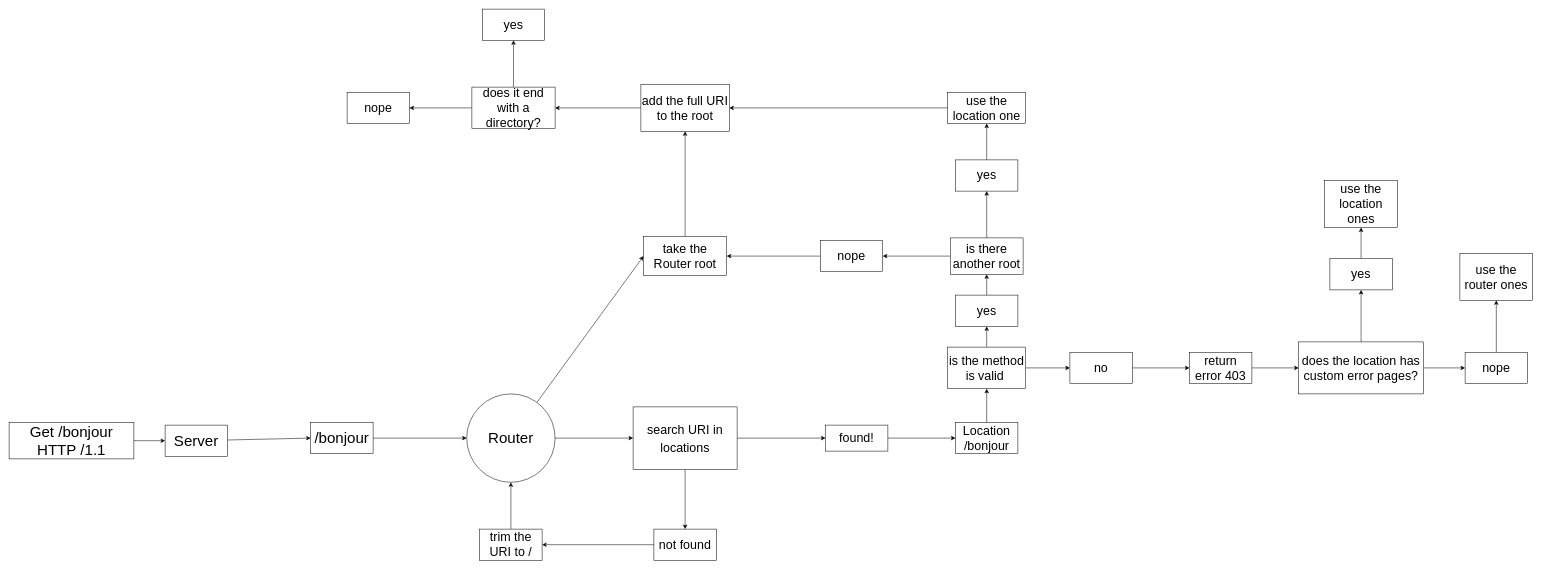
Before: schematic/Router.drawio in ztrottie/Webserv, a draw.io diagram. Source tidied: cells renumbered, new cells numbered last; positions are measured from the earlier drawing's top-left corner, leaving out a move shared by most shapes. Both pictures are drawn from the tidied source at 52%, with x=0, y=0 at pixel (9, 9).
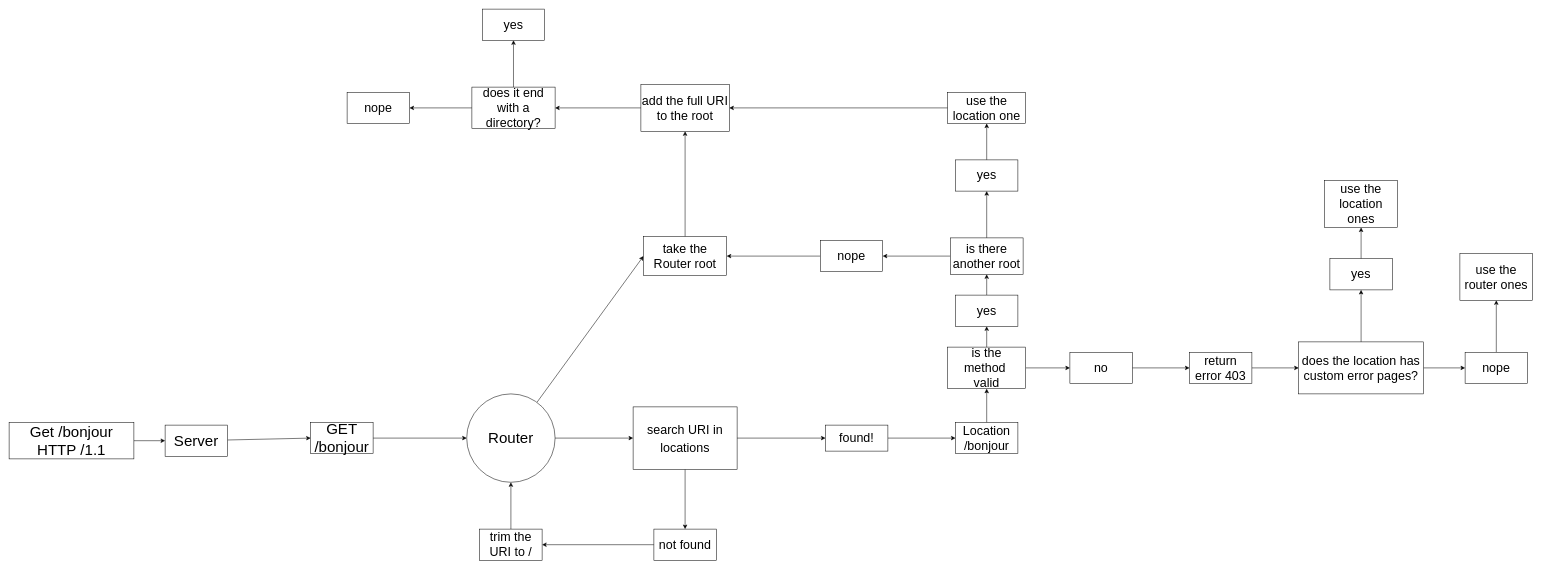
After the change.

Diff of the diagram source:
```diff
@@
-    <mxCell id="10" value="/bonjour" style="whiteSpace=wrap;html=1;fontSize=29;" parent="1" vertex="1">
+    <mxCell id="10" value="GET /bonjour" style="whiteSpace=wrap;html=1;fontSize=29;" parent="1" vertex="1">
       <mxGeometry x="580" y="795" width="120" height="60" as="geometry" />
     </mxCell>
@@
-    <mxCell id="35" value="is the method is valid&amp;nbsp;" style="whiteSpace=wrap;html=1;fontSize=24;" parent="1" vertex="1">
+    <mxCell id="35" value="is the method&amp;nbsp;&lt;br&gt;&amp;nbsp;valid&amp;nbsp;" style="whiteSpace=wrap;html=1;fontSize=24;" parent="1" vertex="1">
       <mxGeometry x="1805" y="650" width="150" height="80" as="geometry" />
     </mxCell>
```
